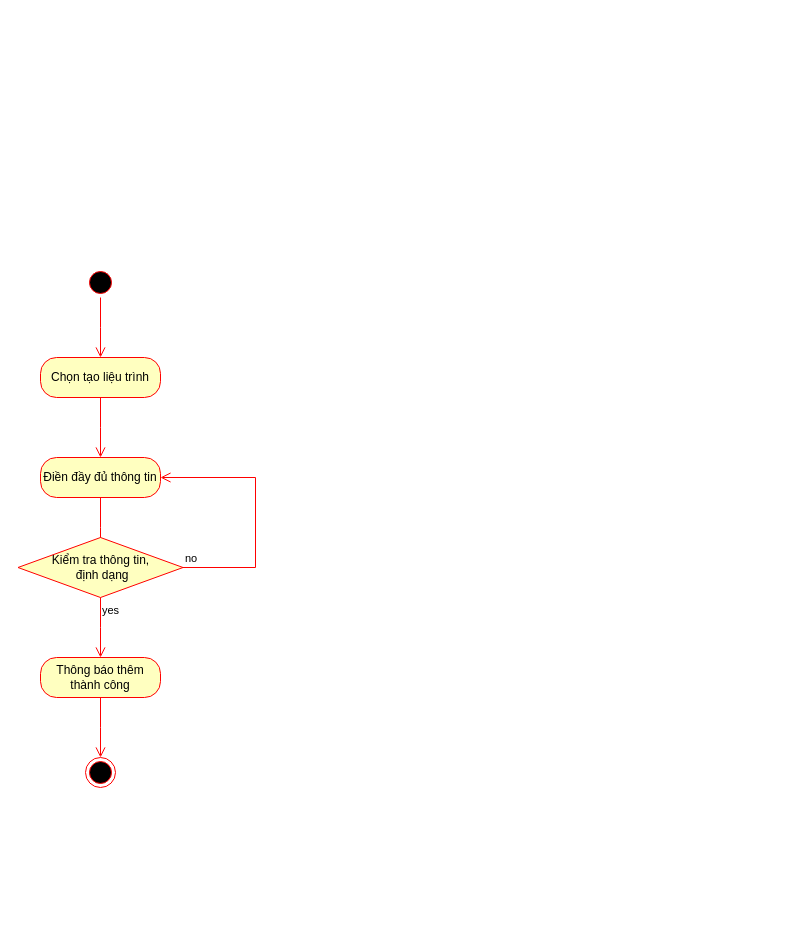
Jarvis219/DATN_SERVER keeps this draw.io diagram as page "Quản lý liệu trình" (5 of 8) of Diagram.drawio. Above is the earlier version. Source tidied: cells renumbered, new cells numbered last; positions are measured from the earlier drawing's top-left corner, leaving out a move shared by most shapes. Both pictures are drawn from the tidied source at 100%, with x=0, y=0 at pixel (17, 267).
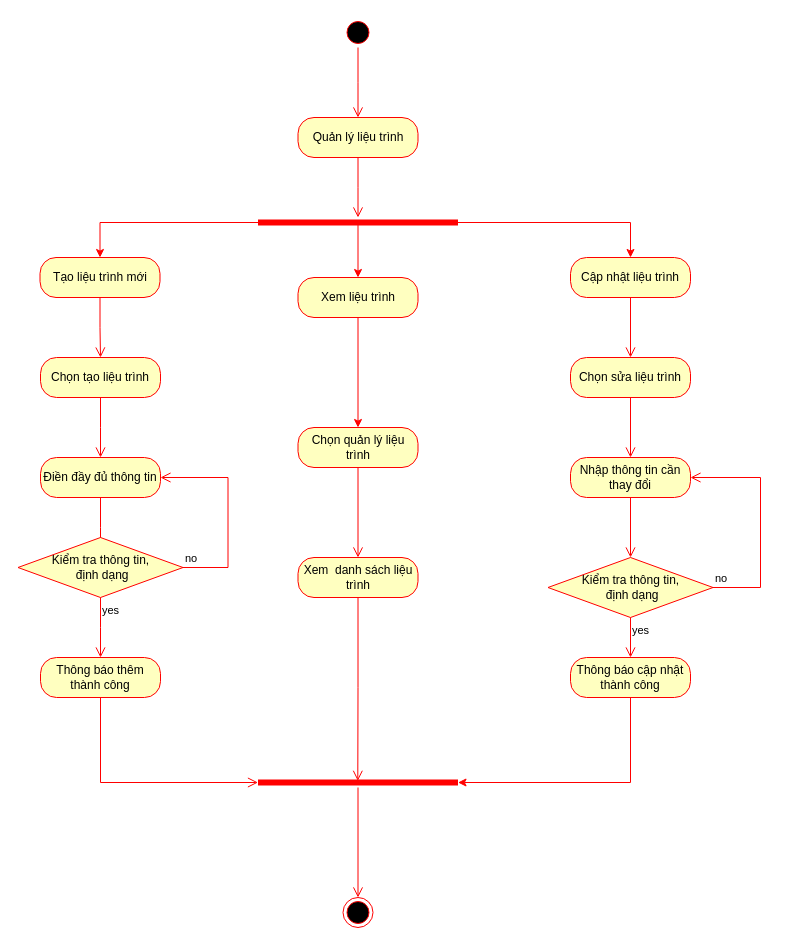
The same page after the edit.

The change refers to these unchanged cells:
```xml
<mxCell id="4" value="Chọn tạo liệu trình" style="rounded=1;whiteSpace=wrap;html=1;arcSize=40;fontColor=#000000;fillColor=#ffffc0;strokeColor=#ff0000;" parent="1" vertex="1">
  <mxGeometry x="23" y="90" width="120" height="40" as="geometry" />
</mxCell>
<mxCell id="6" value="Điền đầy đủ thông tin" style="rounded=1;whiteSpace=wrap;html=1;arcSize=40;fontColor=#000000;fillColor=#ffffc0;strokeColor=#ff0000;" parent="1" vertex="1">
  <mxGeometry x="23" y="190" width="120" height="40" as="geometry" />
</mxCell>
<mxCell id="8" value="Kiểm tra thông tin,&lt;br&gt;&amp;nbsp;định dạng" style="rhombus;whiteSpace=wrap;html=1;fillColor=#ffffc0;strokeColor=#ff0000;" parent="1" vertex="1">
  <mxGeometry x="0.5" y="270" width="165" height="60" as="geometry" />
</mxCell>
<mxCell id="12" value="Thông báo thêm thành công" style="rounded=1;whiteSpace=wrap;html=1;arcSize=40;fontColor=#000000;fillColor=#ffffc0;strokeColor=#ff0000;" parent="1" vertex="1">
  <mxGeometry x="23" y="390" width="120" height="40" as="geometry" />
</mxCell>
```

Diff of the diagram source:
```diff
@@
     <mxCell id="2" style="ellipse;html=1;shape=startState;fillColor=#000000;strokeColor=#ff0000;" parent="1" vertex="1">
-      <mxGeometry x="68" width="30" height="30" as="geometry" />
+      <mxGeometry x="325.5" y="-250" width="30" height="30" as="geometry" />
     </mxCell>
     <mxCell id="3" style="edgeStyle=orthogonalEdgeStyle;html=1;verticalAlign=bottom;endArrow=open;endSize=8;strokeColor=#ff0000;rounded=0;" parent="1" edge="1" source="2">
       <mxGeometry relative="1" as="geometry">
-        <mxPoint x="83" y="90" as="targetPoint" />
+        <mxPoint x="340.5" y="-150" as="targetPoint" />
       </mxGeometry>
     </mxCell>
@@
     <mxCell id="9" value="no" style="edgeStyle=orthogonalEdgeStyle;html=1;align=left;verticalAlign=bottom;endArrow=open;endSize=8;strokeColor=#ff0000;rounded=0;entryX=1;entryY=0.5;entryDx=0;entryDy=0;exitX=1;exitY=0.5;exitDx=0;exitDy=0;" parent="1" edge="1" source="8" target="6">
       <mxGeometry x="-1" relative="1" as="geometry">
         <Array as="points">
-          <mxPoint x="238" y="300" />
-          <mxPoint x="238" y="210" />
+          <mxPoint x="210.5" y="300" />
+          <mxPoint x="210.5" y="210" />
         </Array>
       </mxGeometry>
     </mxCell>
@@
-    <mxCell id="11" style="ellipse;html=1;shape=endState;fillColor=#000000;strokeColor=#ff0000;" parent="1" vertex="1">
-      <mxGeometry x="68" y="490" width="30" height="30" as="geometry" />
-    </mxCell>
@@
-    <mxCell id="13" style="edgeStyle=orthogonalEdgeStyle;html=1;verticalAlign=bottom;endArrow=open;endSize=8;strokeColor=#ff0000;rounded=0;" parent="1" edge="1" source="12">
-      <mxGeometry relative="1" as="geometry">
-        <mxPoint x="83" y="490" as="targetPoint" />
-      </mxGeometry>
+    <mxCell id="13" style="edgeStyle=orthogonalEdgeStyle;html=1;verticalAlign=bottom;endArrow=open;endSize=8;strokeColor=#ff0000;rounded=0;entryX=0;entryY=0.5;entryDx=0;entryDy=0;entryPerimeter=0;exitX=0.5;exitY=1;exitDx=0;exitDy=0;" parent="1" edge="1" source="12" target="23">
+      <mxGeometry relative="1" as="geometry" />
     </mxCell>
+    <mxCell id="14" style="edgeStyle=orthogonalEdgeStyle;rounded=0;jettySize=auto;html=1;exitX=0;exitY=0.5;exitDx=0;exitDy=0;exitPerimeter=0;entryX=0.5;entryY=0;entryDx=0;entryDy=0;strokeColor=#FF0000;" parent="1" edge="1" source="17" target="20">
+      <mxGeometry relative="1" as="geometry" />
+    </mxCell>
+    <mxCell id="15" style="edgeStyle=orthogonalEdgeStyle;rounded=0;jettySize=auto;html=1;exitX=0;exitY=0.5;exitDx=0;exitDy=0;exitPerimeter=0;entryX=0.5;entryY=0;entryDx=0;entryDy=0;strokeColor=#FF0000;" parent="1" edge="1" source="17" target="26">
+      <mxGeometry relative="1" as="geometry">
+        <Array as="points">
+          <mxPoint x="340.5" y="-45" />
+        </Array>
+      </mxGeometry>
+    </mxCell>
+    <mxCell id="16" style="edgeStyle=orthogonalEdgeStyle;rounded=0;jettySize=auto;html=1;exitX=1;exitY=0.5;exitDx=0;exitDy=0;exitPerimeter=0;entryX=0.5;entryY=0;entryDx=0;entryDy=0;strokeColor=#FF0000;" parent="1" edge="1" source="17" target="31">
+      <mxGeometry relative="1" as="geometry" />
+    </mxCell>
+    <mxCell id="17" style="shape=line;html=1;strokeWidth=6;strokeColor=#ff0000;" parent="1" vertex="1">
+      <mxGeometry x="240.5" y="-50" width="200" height="10" as="geometry" />
+    </mxCell>
+    <mxCell id="18" value="Quản lý liệu trình" style="rounded=1;whiteSpace=wrap;html=1;arcSize=40;fontColor=#000000;fillColor=#ffffc0;strokeColor=#ff0000;" parent="1" vertex="1">
+      <mxGeometry x="280.5" y="-150" width="120" height="40" as="geometry" />
+    </mxCell>
+    <mxCell id="19" style="edgeStyle=orthogonalEdgeStyle;html=1;verticalAlign=bottom;endArrow=open;endSize=8;strokeColor=#ff0000;rounded=0;" parent="1" edge="1" source="18">
+      <mxGeometry relative="1" as="geometry">
+        <mxPoint x="340.5" y="-50" as="targetPoint" />
+      </mxGeometry>
+    </mxCell>
+    <mxCell id="20" value="Tạo liệu trình mới" style="rounded=1;whiteSpace=wrap;html=1;arcSize=40;fontColor=#000000;fillColor=#ffffc0;strokeColor=#ff0000;" parent="1" vertex="1">
+      <mxGeometry x="22.5" y="-10" width="120" height="40" as="geometry" />
+    </mxCell>
+    <mxCell id="21" style="edgeStyle=orthogonalEdgeStyle;html=1;verticalAlign=bottom;endArrow=open;endSize=8;strokeColor=#ff0000;rounded=0;entryX=0.5;entryY=0;entryDx=0;entryDy=0;" parent="1" edge="1" source="20" target="4">
+      <mxGeometry relative="1" as="geometry" />
+    </mxCell>
+    <mxCell id="22" style="ellipse;html=1;shape=endState;fillColor=#000000;strokeColor=#ff0000;" parent="1" vertex="1">
+      <mxGeometry x="325.5" y="630" width="30" height="30" as="geometry" />
+    </mxCell>
+    <mxCell id="23" style="shape=line;html=1;strokeWidth=6;strokeColor=#ff0000;" parent="1" vertex="1">
+      <mxGeometry x="240.5" y="510" width="200" height="10" as="geometry" />
+    </mxCell>
+    <mxCell id="24" style="edgeStyle=orthogonalEdgeStyle;html=1;verticalAlign=bottom;endArrow=open;endSize=8;strokeColor=#ff0000;rounded=0;entryX=0.5;entryY=0;entryDx=0;entryDy=0;" parent="1" edge="1" source="23" target="22">
+      <mxGeometry relative="1" as="geometry" />
+    </mxCell>
+    <mxCell id="25" style="edgeStyle=orthogonalEdgeStyle;rounded=0;jettySize=auto;html=1;exitX=0.5;exitY=1;exitDx=0;exitDy=0;entryX=0.5;entryY=0;entryDx=0;entryDy=0;strokeColor=#FF0000;" parent="1" edge="1" source="26" target="27">
+      <mxGeometry relative="1" as="geometry" />
+    </mxCell>
+    <mxCell id="26" value="Xem liệu trình" style="rounded=1;whiteSpace=wrap;html=1;arcSize=40;fontColor=#000000;fillColor=#ffffc0;strokeColor=#ff0000;" parent="1" vertex="1">
+      <mxGeometry x="280.5" y="10" width="120" height="40" as="geometry" />
+    </mxCell>
+    <mxCell id="27" value="Chọn quản lý liệu trình" style="rounded=1;whiteSpace=wrap;html=1;arcSize=40;fontColor=#000000;fillColor=#ffffc0;strokeColor=#ff0000;" parent="1" vertex="1">
+      <mxGeometry x="280.5" y="160" width="120" height="40" as="geometry" />
+    </mxCell>
+    <mxCell id="28" style="edgeStyle=orthogonalEdgeStyle;html=1;verticalAlign=bottom;endArrow=open;endSize=8;strokeColor=#ff0000;rounded=0;entryX=0.5;entryY=0;entryDx=0;entryDy=0;" parent="1" edge="1" source="27" target="29">
+      <mxGeometry relative="1" as="geometry" />
+    </mxCell>
+    <mxCell id="29" value="Xem&amp;nbsp; danh sách liệu trình" style="rounded=1;whiteSpace=wrap;html=1;arcSize=40;fontColor=#000000;fillColor=#ffffc0;strokeColor=#ff0000;" parent="1" vertex="1">
+      <mxGeometry x="280.5" y="290" width="120" height="40" as="geometry" />
+    </mxCell>
+    <mxCell id="30" style="edgeStyle=orthogonalEdgeStyle;html=1;verticalAlign=bottom;endArrow=open;endSize=8;strokeColor=#ff0000;rounded=0;entryX=0.499;entryY=0.335;entryDx=0;entryDy=0;entryPerimeter=0;" parent="1" edge="1" source="29" target="23">
+      <mxGeometry relative="1" as="geometry" />
+    </mxCell>
+    <mxCell id="31" value="Cập nhật liệu trình" style="rounded=1;whiteSpace=wrap;html=1;arcSize=40;fontColor=#000000;fillColor=#ffffc0;strokeColor=#ff0000;" parent="1" vertex="1">
+      <mxGeometry x="553" y="-10" width="120" height="40" as="geometry" />
+    </mxCell>
+    <mxCell id="32" style="edgeStyle=orthogonalEdgeStyle;html=1;verticalAlign=bottom;endArrow=open;endSize=8;strokeColor=#ff0000;rounded=0;entryX=0.5;entryY=0;entryDx=0;entryDy=0;" parent="1" edge="1" source="31" target="33">
+      <mxGeometry relative="1" as="geometry" />
+    </mxCell>
+    <mxCell id="33" value="Chọn sửa liệu trình" style="rounded=1;whiteSpace=wrap;html=1;arcSize=40;fontColor=#000000;fillColor=#ffffc0;strokeColor=#ff0000;" parent="1" vertex="1">
+      <mxGeometry x="553" y="90" width="120" height="40" as="geometry" />
+    </mxCell>
+    <mxCell id="34" style="edgeStyle=orthogonalEdgeStyle;html=1;verticalAlign=bottom;endArrow=open;endSize=8;strokeColor=#ff0000;rounded=0;" parent="1" edge="1" source="33" target="35">
+      <mxGeometry relative="1" as="geometry" />
+    </mxCell>
+    <mxCell id="35" value="Nhập thông tin cần thay đổi" style="rounded=1;whiteSpace=wrap;html=1;arcSize=40;fontColor=#000000;fillColor=#ffffc0;strokeColor=#ff0000;" parent="1" vertex="1">
+      <mxGeometry x="553" y="190" width="120" height="40" as="geometry" />
+    </mxCell>
+    <mxCell id="36" style="edgeStyle=orthogonalEdgeStyle;html=1;verticalAlign=bottom;endArrow=open;endSize=8;strokeColor=#ff0000;rounded=0;entryX=0.5;entryY=0;entryDx=0;entryDy=0;" parent="1" edge="1" source="35" target="37">
+      <mxGeometry relative="1" as="geometry" />
+    </mxCell>
+    <mxCell id="37" value="Kiểm tra thông tin,&lt;br&gt;&amp;nbsp;định dạng" style="rhombus;whiteSpace=wrap;html=1;fillColor=#ffffc0;strokeColor=#ff0000;" parent="1" vertex="1">
+      <mxGeometry x="530.5" y="290" width="165" height="60" as="geometry" />
+    </mxCell>
+    <mxCell id="38" value="no" style="edgeStyle=orthogonalEdgeStyle;html=1;align=left;verticalAlign=bottom;endArrow=open;endSize=8;strokeColor=#ff0000;rounded=0;entryX=1;entryY=0.5;entryDx=0;entryDy=0;exitX=1;exitY=0.5;exitDx=0;exitDy=0;" parent="1" edge="1" source="37" target="35">
+      <mxGeometry x="-1" relative="1" as="geometry">
+        <Array as="points">
+          <mxPoint x="743" y="320" />
+          <mxPoint x="743" y="210" />
+        </Array>
+      </mxGeometry>
+    </mxCell>
+    <mxCell id="39" value="yes" style="edgeStyle=orthogonalEdgeStyle;html=1;align=left;verticalAlign=top;endArrow=open;endSize=8;strokeColor=#ff0000;rounded=0;entryX=0.5;entryY=0;entryDx=0;entryDy=0;" parent="1" edge="1" source="37" target="41">
+      <mxGeometry x="-1" relative="1" as="geometry" />
+    </mxCell>
+    <mxCell id="40" style="edgeStyle=orthogonalEdgeStyle;rounded=0;jettySize=auto;html=1;exitX=0.5;exitY=1;exitDx=0;exitDy=0;entryX=1;entryY=0.5;entryDx=0;entryDy=0;entryPerimeter=0;strokeColor=#FF0000;" parent="1" edge="1" source="41" target="23">
+      <mxGeometry relative="1" as="geometry" />
+    </mxCell>
+    <mxCell id="41" value="Thông báo cập nhật thành công" style="rounded=1;whiteSpace=wrap;html=1;arcSize=40;fontColor=#000000;fillColor=#ffffc0;strokeColor=#ff0000;" parent="1" vertex="1">
+      <mxGeometry x="553" y="390" width="120" height="40" as="geometry" />
+    </mxCell>
```
